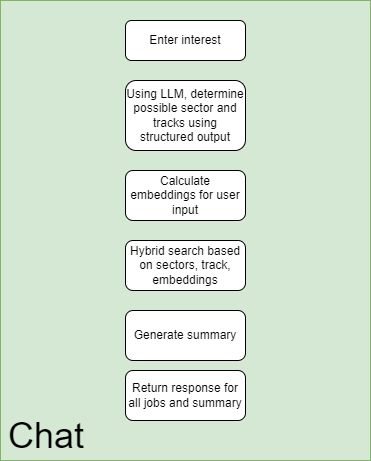
The draw.io diagram chat.png in jernkuan/skillsframework, before a commit. Source tidied: cells renumbered, new cells last; positions are measured from the earlier drawing's top-left corner, leaving out a move shared by most shapes.
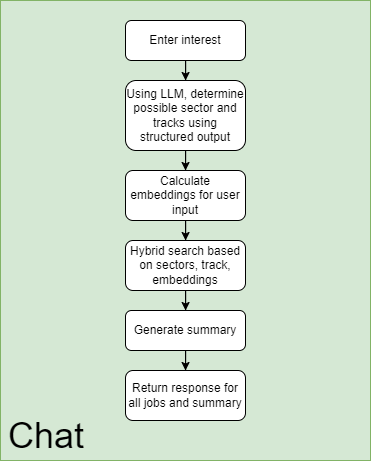
The same diagram one commit later.

Commit message:
Fix flowchart w/o arrows

What changed in the source:
```diff
@@ -5,26 +5,41 @@
     <mxCell id="2" style="rounded=0;whiteSpace=wrap;html=1;fillColor=#d5e8d4;strokeColor=#82b366;" parent="1" vertex="1">
       <mxGeometry width="370" height="460" as="geometry" />
     </mxCell>
-    <mxCell id="3" value="Enter interest" style="rounded=1;whiteSpace=wrap;html=1;fontSize=12;glass=0;strokeWidth=1;shadow=0;" parent="1" vertex="1">
-      <mxGeometry x="125" y="20" width="120" height="40" as="geometry" />
+    <mxCell id="3" style="edgeStyle=orthogonalEdgeStyle;rounded=0;jettySize=auto;html=1;" parent="1" edge="1" source="4" target="6">
+      <mxGeometry relative="1" as="geometry" />
     </mxCell>
-    <mxCell id="4" value="Using LLM, determine possible sector and tracks using structured output" style="rounded=1;whiteSpace=wrap;html=1;fontSize=12;glass=0;strokeWidth=1;shadow=0;" parent="1" vertex="1">
-      <mxGeometry x="125" y="80" width="120" height="70" as="geometry" />
+    <mxCell id="4" value="Enter interest" style="rounded=1;whiteSpace=wrap;html=1;fontSize=12;glass=0;strokeWidth=1;shadow=0;" parent="1" vertex="1">
+      <mxGeometry x="125" y="20" width="120" height="40" as="geometry" />
     </mxCell>
-    <mxCell id="5" value="Calculate embeddings for user input" style="rounded=1;whiteSpace=wrap;html=1;fontSize=12;glass=0;strokeWidth=1;shadow=0;" parent="1" vertex="1">
-      <mxGeometry x="125" y="170" width="120" height="50" as="geometry" />
+    <mxCell id="5" style="edgeStyle=orthogonalEdgeStyle;rounded=0;jettySize=auto;html=1;entryX=0.5;entryY=0;entryDx=0;entryDy=0;" parent="1" edge="1" source="6" target="8">
+      <mxGeometry relative="1" as="geometry" />
     </mxCell>
-    <mxCell id="6" value="Hybrid search based on sectors, track, embeddings" style="rounded=1;whiteSpace=wrap;html=1;fontSize=12;glass=0;strokeWidth=1;shadow=0;" parent="1" vertex="1">
-      <mxGeometry x="125" y="240" width="120" height="50" as="geometry" />
+    <mxCell id="6" value="Using LLM, determine possible sector and tracks using structured output" style="rounded=1;whiteSpace=wrap;html=1;fontSize=12;glass=0;strokeWidth=1;shadow=0;" parent="1" vertex="1">
+      <mxGeometry x="125" y="80" width="120" height="70" as="geometry" />
     </mxCell>
-    <mxCell id="7" value="Generate summary" style="rounded=1;whiteSpace=wrap;html=1;fontSize=12;glass=0;strokeWidth=1;shadow=0;" parent="1" vertex="1">
-      <mxGeometry x="125" y="310" width="120" height="50" as="geometry" />
+    <mxCell id="7" style="edgeStyle=orthogonalEdgeStyle;rounded=0;jettySize=auto;html=1;" parent="1" edge="1" source="8" target="10">
+      <mxGeometry relative="1" as="geometry" />
     </mxCell>
-    <mxCell id="8" value="Return response for all jobs and summary" style="rounded=1;whiteSpace=wrap;html=1;fontSize=12;glass=0;strokeWidth=1;shadow=0;" parent="1" vertex="1">
-      <mxGeometry x="125" y="370" width="120" height="50" as="geometry" />
+    <mxCell id="8" value="Calculate embeddings for user input" style="rounded=1;whiteSpace=wrap;html=1;fontSize=12;glass=0;strokeWidth=1;shadow=0;" parent="1" vertex="1">
+      <mxGeometry x="125" y="170" width="120" height="50" as="geometry" />
     </mxCell>
-    <mxCell id="9" value="&lt;font style=&quot;font-size: 36px;&quot;&gt;Chat&lt;/font&gt;" style="text;html=1;align=center;verticalAlign=middle;whiteSpace=wrap;rounded=0;" parent="1" vertex="1">
-      <mxGeometry x="16" y="420" width="60" height="30" as="geometry" />
+    <mxCell id="9" style="edgeStyle=orthogonalEdgeStyle;rounded=0;jettySize=auto;html=1;" parent="1" edge="1" source="10" target="12">
+      <mxGeometry relative="1" as="geometry" />
     </mxCell>
+    <mxCell id="10" value="Hybrid search based on sectors, track, embeddings" style="rounded=1;whiteSpace=wrap;html=1;fontSize=12;glass=0;strokeWidth=1;shadow=0;" parent="1" vertex="1">
+      <mxGeometry x="125" y="240" width="120" height="50" as="geometry" />
+    </mxCell>
+    <mxCell id="11" style="edgeStyle=orthogonalEdgeStyle;rounded=0;jettySize=auto;html=1;entryX=0.5;entryY=0;entryDx=0;entryDy=0;" parent="1" edge="1" source="12" target="13">
+      <mxGeometry relative="1" as="geometry" />
+    </mxCell>
+    <mxCell id="12" value="Generate summary" style="rounded=1;whiteSpace=wrap;html=1;fontSize=12;glass=0;strokeWidth=1;shadow=0;" parent="1" vertex="1">
+      <mxGeometry x="125" y="310" width="120" height="40" as="geometry" />
+    </mxCell>
+    <mxCell id="13" value="Return response for all jobs and summary" style="rounded=1;whiteSpace=wrap;html=1;fontSize=12;glass=0;strokeWidth=1;shadow=0;" parent="1" vertex="1">
+      <mxGeometry x="125" y="370" width="120" height="50" as="geometry" />
+    </mxCell>
+    <mxCell id="14" value="&lt;font style=&quot;font-size: 36px;&quot;&gt;Chat&lt;/font&gt;" style="text;html=1;align=center;verticalAlign=middle;whiteSpace=wrap;rounded=0;" parent="1" vertex="1">
+      <mxGeometry x="16" y="420" width="60" height="30" as="geometry" />
+    </mxCell>
   </root>
 </mxGraphModel>
```
